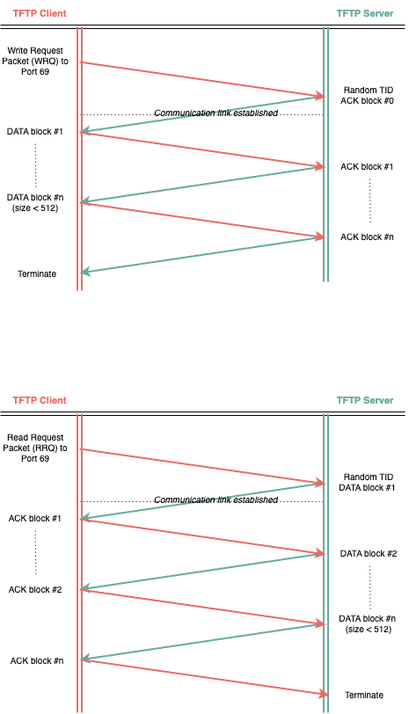
Earlier version of the draw.io export TFTP Client MP/Deliverables/nscom01.drawio.png (MatsTill/TFTP-Client). Source tidied: cells renumbered, new cells last; positions are measured from the earlier drawing's top-left corner, leaving out a move shared by most shapes.
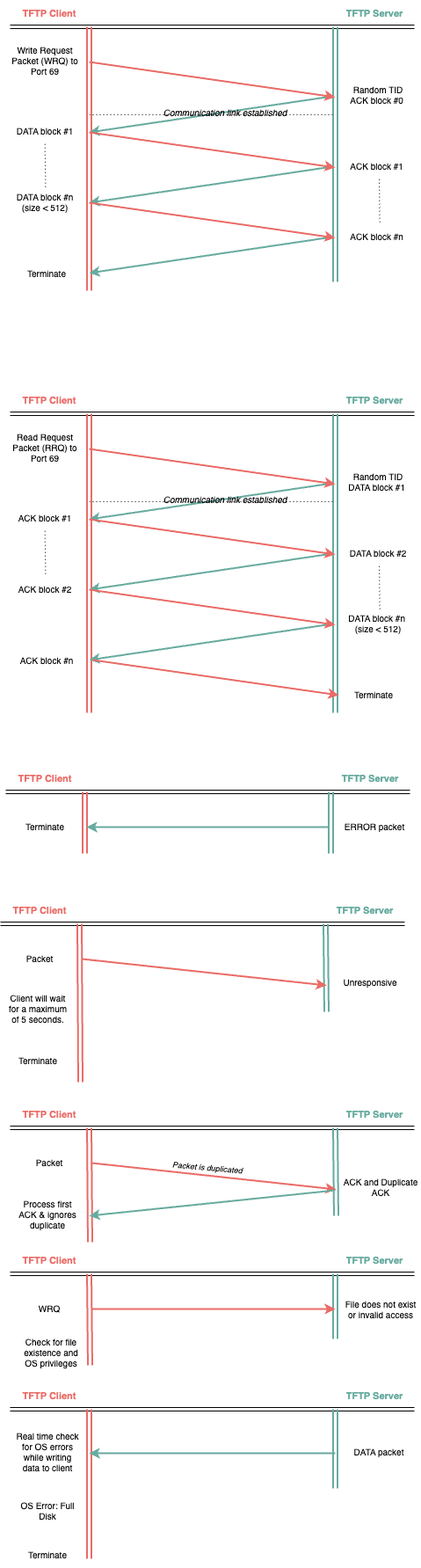
After the change.

What changed in the source:
```diff
@@ -215,5 +215,212 @@
     <mxCell id="47" value="TFTP Server" style="text;strokeColor=none;align=center;fillColor=none;html=1;verticalAlign=middle;whiteSpace=wrap;rounded=0;fontColor=#67AB9F;fontStyle=1;fontSize=11;" parent="1" vertex="1">
       <mxGeometry x="375" y="440" width="80" height="30" as="geometry" />
     </mxCell>
+    <mxCell id="48" style="shape=link;html=1;rounded=0;strokeWidth=1;" parent="1" edge="1">
+      <mxGeometry relative="1" as="geometry">
+        <mxPoint x="-5" y="900" as="sourcePoint" />
+        <mxPoint x="455" y="900" as="targetPoint" />
+      </mxGeometry>
+    </mxCell>
+    <mxCell id="49" style="shape=link;html=1;rounded=0;width=4;fillColor=#d80073;strokeColor=#EA6B66;strokeWidth=2;" parent="1" edge="1">
+      <mxGeometry relative="1" as="geometry">
+        <mxPoint x="85" y="900" as="sourcePoint" />
+        <mxPoint x="85" y="970" as="targetPoint" />
+      </mxGeometry>
+    </mxCell>
+    <mxCell id="50" style="shape=link;html=1;rounded=0;fillColor=#008a00;strokeColor=#67AB9F;strokeWidth=2;" parent="1" edge="1">
+      <mxGeometry relative="1" as="geometry">
+        <mxPoint x="365" y="900" as="sourcePoint" />
+        <mxPoint x="365" y="970" as="targetPoint" />
+      </mxGeometry>
+    </mxCell>
+    <mxCell id="51" style="endArrow=classic;html=1;rounded=0;fillColor=#008a00;strokeColor=#67AB9F;strokeWidth=2;" parent="1" edge="1">
+      <mxGeometry relative="1" as="geometry">
+        <mxPoint x="362" y="940" as="sourcePoint" />
+        <mxPoint x="87" y="940" as="targetPoint" />
+      </mxGeometry>
+    </mxCell>
+    <mxCell id="52" value="ERROR packet" style="text;strokeColor=none;align=center;fillColor=none;html=1;verticalAlign=middle;whiteSpace=wrap;rounded=0;fontSize=10;" parent="1" vertex="1">
+      <mxGeometry x="370" y="924" width="90" height="30" as="geometry" />
+    </mxCell>
+    <mxCell id="53" value="Terminate" style="text;strokeColor=none;align=center;fillColor=none;html=1;verticalAlign=middle;whiteSpace=wrap;rounded=0;fontSize=10;" parent="1" vertex="1">
+      <mxGeometry y="924" width="80" height="30" as="geometry" />
+    </mxCell>
+    <mxCell id="54" value="TFTP Client" style="text;strokeColor=none;align=center;fillColor=none;html=1;verticalAlign=middle;whiteSpace=wrap;rounded=0;fontColor=#EA6B66;fontStyle=1;fontSize=11;" parent="1" vertex="1">
+      <mxGeometry y="870" width="80" height="30" as="geometry" />
+    </mxCell>
+    <mxCell id="55" value="TFTP Server" style="text;strokeColor=none;align=center;fillColor=none;html=1;verticalAlign=middle;whiteSpace=wrap;rounded=0;fontColor=#67AB9F;fontStyle=1;fontSize=11;" parent="1" vertex="1">
+      <mxGeometry x="370" y="870" width="80" height="30" as="geometry" />
+    </mxCell>
+    <mxCell id="56" style="shape=link;html=1;rounded=0;strokeWidth=1;" parent="1" edge="1">
+      <mxGeometry relative="1" as="geometry">
+        <mxPoint x="-11" y="1050" as="sourcePoint" />
+        <mxPoint x="449" y="1050" as="targetPoint" />
+      </mxGeometry>
+    </mxCell>
+    <mxCell id="57" style="shape=link;html=1;rounded=0;width=4;fillColor=#d80073;strokeColor=#EA6B66;strokeWidth=2;" parent="1" edge="1">
+      <mxGeometry relative="1" as="geometry">
+        <mxPoint x="79" y="1050" as="sourcePoint" />
+        <mxPoint x="80" y="1230" as="targetPoint" />
+      </mxGeometry>
+    </mxCell>
+    <mxCell id="58" style="shape=link;html=1;rounded=0;fillColor=#008a00;strokeColor=#67AB9F;strokeWidth=2;" parent="1" edge="1">
+      <mxGeometry relative="1" as="geometry">
+        <mxPoint x="359" y="1050" as="sourcePoint" />
+        <mxPoint x="360" y="1150" as="targetPoint" />
+      </mxGeometry>
+    </mxCell>
+    <mxCell id="59" value="Unresponsive" style="text;strokeColor=none;align=center;fillColor=none;html=1;verticalAlign=middle;whiteSpace=wrap;rounded=0;fontSize=10;" parent="1" vertex="1">
+      <mxGeometry x="365" y="1101" width="90" height="30" as="geometry" />
+    </mxCell>
+    <mxCell id="60" value="Packet" style="text;strokeColor=none;align=center;fillColor=none;html=1;verticalAlign=middle;whiteSpace=wrap;rounded=0;fontSize=10;" parent="1" vertex="1">
+      <mxGeometry x="-6" y="1074" width="80" height="30" as="geometry" />
+    </mxCell>
+    <mxCell id="61" value="TFTP Client" style="text;strokeColor=none;align=center;fillColor=none;html=1;verticalAlign=middle;whiteSpace=wrap;rounded=0;fontColor=#EA6B66;fontStyle=1;fontSize=11;" parent="1" vertex="1">
+      <mxGeometry x="-6" y="1020" width="80" height="30" as="geometry" />
+    </mxCell>
+    <mxCell id="62" value="TFTP Server" style="text;strokeColor=none;align=center;fillColor=none;html=1;verticalAlign=middle;whiteSpace=wrap;rounded=0;fontColor=#67AB9F;fontStyle=1;fontSize=11;" parent="1" vertex="1">
+      <mxGeometry x="364" y="1020" width="80" height="30" as="geometry" />
+    </mxCell>
+    <mxCell id="63" style="endArrow=classic;html=1;rounded=0;fillColor=#d80073;strokeColor=#EA6B66;strokeWidth=2;" parent="1" edge="1">
+      <mxGeometry relative="1" as="geometry">
+        <mxPoint x="82" y="1090" as="sourcePoint" />
+        <mxPoint x="360" y="1120" as="targetPoint" />
+      </mxGeometry>
+    </mxCell>
+    <mxCell id="64" value="Client will wait for a maximum of 5 seconds." style="text;strokeColor=none;align=center;fillColor=none;html=1;verticalAlign=middle;whiteSpace=wrap;rounded=0;fontSize=10;" parent="1" vertex="1">
+      <mxGeometry x="-6" y="1131" width="76" height="30" as="geometry" />
+    </mxCell>
+    <mxCell id="65" value="Terminate" style="text;strokeColor=none;align=center;fillColor=none;html=1;verticalAlign=middle;whiteSpace=wrap;rounded=0;fontSize=10;" parent="1" vertex="1">
+      <mxGeometry x="-6" y="1190" width="76" height="30" as="geometry" />
+    </mxCell>
+    <mxCell id="66" style="shape=link;html=1;rounded=0;strokeWidth=1;" parent="1" edge="1">
+      <mxGeometry relative="1" as="geometry">
+        <mxPoint y="1282" as="sourcePoint" />
+        <mxPoint x="460" y="1282" as="targetPoint" />
+      </mxGeometry>
+    </mxCell>
+    <mxCell id="67" style="shape=link;html=1;rounded=0;width=4;fillColor=#d80073;strokeColor=#EA6B66;strokeWidth=2;" parent="1" edge="1">
+      <mxGeometry relative="1" as="geometry">
+        <mxPoint x="90" y="1282" as="sourcePoint" />
+        <mxPoint x="91" y="1412" as="targetPoint" />
+      </mxGeometry>
+    </mxCell>
+    <mxCell id="68" style="shape=link;html=1;rounded=0;fillColor=#008a00;strokeColor=#67AB9F;strokeWidth=2;" parent="1" edge="1">
+      <mxGeometry relative="1" as="geometry">
+        <mxPoint x="370" y="1282" as="sourcePoint" />
+        <mxPoint x="371" y="1382" as="targetPoint" />
+      </mxGeometry>
+    </mxCell>
+    <mxCell id="69" value="ACK and Duplicate ACK" style="text;strokeColor=none;align=center;fillColor=none;html=1;verticalAlign=middle;whiteSpace=wrap;rounded=0;fontSize=10;" parent="1" vertex="1">
+      <mxGeometry x="377" y="1334" width="90" height="30" as="geometry" />
+    </mxCell>
+    <mxCell id="70" value="Packet" style="text;strokeColor=none;align=center;fillColor=none;html=1;verticalAlign=middle;whiteSpace=wrap;rounded=0;fontSize=10;" parent="1" vertex="1">
+      <mxGeometry x="5" y="1306" width="80" height="30" as="geometry" />
+    </mxCell>
+    <mxCell id="71" value="TFTP Client" style="text;strokeColor=none;align=center;fillColor=none;html=1;verticalAlign=middle;whiteSpace=wrap;rounded=0;fontColor=#EA6B66;fontStyle=1;fontSize=11;" parent="1" vertex="1">
+      <mxGeometry x="5" y="1252" width="80" height="30" as="geometry" />
+    </mxCell>
+    <mxCell id="72" value="TFTP Server" style="text;strokeColor=none;align=center;fillColor=none;html=1;verticalAlign=middle;whiteSpace=wrap;rounded=0;fontColor=#67AB9F;fontStyle=1;fontSize=11;" parent="1" vertex="1">
+      <mxGeometry x="375" y="1252" width="80" height="30" as="geometry" />
+    </mxCell>
+    <mxCell id="73" style="endArrow=classic;html=1;rounded=0;fillColor=#d80073;strokeColor=#EA6B66;strokeWidth=2;" parent="1" edge="1">
+      <mxGeometry relative="1" as="geometry">
+        <mxPoint x="93" y="1322" as="sourcePoint" />
+        <mxPoint x="371" y="1352" as="targetPoint" />
+      </mxGeometry>
+    </mxCell>
+    <mxCell id="74" value="Process first ACK &amp;amp; ignores duplicate" style="text;strokeColor=none;align=center;fillColor=none;html=1;verticalAlign=middle;whiteSpace=wrap;rounded=0;fontSize=10;" parent="1" vertex="1">
+      <mxGeometry x="5" y="1365" width="76" height="30" as="geometry" />
+    </mxCell>
+    <mxCell id="75" value="&lt;font style=&quot;font-size: 9px;&quot;&gt;Packet is duplicated&lt;/font&gt;" style="text;strokeColor=none;align=center;fillColor=none;html=1;verticalAlign=middle;whiteSpace=wrap;rounded=0;fontSize=10;fontStyle=2;rotation=5;" parent="1" vertex="1">
+      <mxGeometry x="180" y="1312" width="90" height="30" as="geometry" />
+    </mxCell>
+    <mxCell id="76" style="endArrow=classic;html=1;rounded=0;fillColor=#008a00;strokeColor=#67AB9F;strokeWidth=2;" parent="1" edge="1">
+      <mxGeometry relative="1" as="geometry">
+        <mxPoint x="370" y="1353" as="sourcePoint" />
+        <mxPoint x="90" y="1382" as="targetPoint" />
+      </mxGeometry>
+    </mxCell>
+    <mxCell id="77" style="shape=link;html=1;rounded=0;strokeWidth=1;" parent="1" edge="1">
+      <mxGeometry relative="1" as="geometry">
+        <mxPoint y="1448" as="sourcePoint" />
+        <mxPoint x="460" y="1448" as="targetPoint" />
+      </mxGeometry>
+    </mxCell>
+    <mxCell id="78" style="shape=link;html=1;rounded=0;width=4;fillColor=#d80073;strokeColor=#EA6B66;strokeWidth=2;" parent="1" edge="1">
+      <mxGeometry relative="1" as="geometry">
+        <mxPoint x="90" y="1448" as="sourcePoint" />
+        <mxPoint x="91" y="1552" as="targetPoint" />
+      </mxGeometry>
+    </mxCell>
+    <mxCell id="79" style="shape=link;html=1;rounded=0;fillColor=#008a00;strokeColor=#67AB9F;strokeWidth=2;" parent="1" edge="1">
+      <mxGeometry relative="1" as="geometry">
+        <mxPoint x="370" y="1448" as="sourcePoint" />
+        <mxPoint x="370" y="1522" as="targetPoint" />
+      </mxGeometry>
+    </mxCell>
+    <mxCell id="80" value="File does not exist or invalid access" style="text;strokeColor=none;align=center;fillColor=none;html=1;verticalAlign=middle;whiteSpace=wrap;rounded=0;fontSize=10;" parent="1" vertex="1">
+      <mxGeometry x="377" y="1473" width="90" height="30" as="geometry" />
+    </mxCell>
+    <mxCell id="81" value="WRQ" style="text;strokeColor=none;align=center;fillColor=none;html=1;verticalAlign=middle;whiteSpace=wrap;rounded=0;fontSize=10;" parent="1" vertex="1">
+      <mxGeometry x="5" y="1472" width="80" height="30" as="geometry" />
+    </mxCell>
+    <mxCell id="82" value="TFTP Client" style="text;strokeColor=none;align=center;fillColor=none;html=1;verticalAlign=middle;whiteSpace=wrap;rounded=0;fontColor=#EA6B66;fontStyle=1;fontSize=11;" parent="1" vertex="1">
+      <mxGeometry x="5" y="1418" width="80" height="30" as="geometry" />
+    </mxCell>
+    <mxCell id="83" value="TFTP Server" style="text;strokeColor=none;align=center;fillColor=none;html=1;verticalAlign=middle;whiteSpace=wrap;rounded=0;fontColor=#67AB9F;fontStyle=1;fontSize=11;" parent="1" vertex="1">
+      <mxGeometry x="375" y="1418" width="80" height="30" as="geometry" />
+    </mxCell>
+    <mxCell id="84" style="endArrow=classic;html=1;rounded=0;fillColor=#d80073;strokeColor=#EA6B66;strokeWidth=2;" parent="1" edge="1">
+      <mxGeometry relative="1" as="geometry">
+        <mxPoint x="93" y="1488" as="sourcePoint" />
+        <mxPoint x="370" y="1488" as="targetPoint" />
+      </mxGeometry>
+    </mxCell>
+    <mxCell id="85" value="Check for file existence and OS privileges" style="text;strokeColor=none;align=center;fillColor=none;html=1;verticalAlign=middle;whiteSpace=wrap;rounded=0;fontSize=10;" parent="1" vertex="1">
+      <mxGeometry x="9" y="1522" width="76" height="30" as="geometry" />
+    </mxCell>
+    <mxCell id="86" style="shape=link;html=1;rounded=0;strokeWidth=1;" parent="1" edge="1">
+      <mxGeometry relative="1" as="geometry">
+        <mxPoint y="1602" as="sourcePoint" />
+        <mxPoint x="460" y="1602" as="targetPoint" />
+      </mxGeometry>
+    </mxCell>
+    <mxCell id="87" style="shape=link;html=1;rounded=0;width=4;fillColor=#d80073;strokeColor=#EA6B66;strokeWidth=2;" parent="1" edge="1">
+      <mxGeometry relative="1" as="geometry">
+        <mxPoint x="90" y="1602" as="sourcePoint" />
+        <mxPoint x="90" y="1772" as="targetPoint" />
+      </mxGeometry>
+    </mxCell>
+    <mxCell id="88" style="shape=link;html=1;rounded=0;fillColor=#008a00;strokeColor=#67AB9F;strokeWidth=2;" parent="1" edge="1">
+      <mxGeometry relative="1" as="geometry">
+        <mxPoint x="370" y="1602" as="sourcePoint" />
+        <mxPoint x="370" y="1692" as="targetPoint" />
+      </mxGeometry>
+    </mxCell>
+    <mxCell id="89" value="DATA packet" style="text;strokeColor=none;align=center;fillColor=none;html=1;verticalAlign=middle;whiteSpace=wrap;rounded=0;fontSize=10;" parent="1" vertex="1">
+      <mxGeometry x="375" y="1635" width="90" height="30" as="geometry" />
+    </mxCell>
+    <mxCell id="90" value="TFTP Client" style="text;strokeColor=none;align=center;fillColor=none;html=1;verticalAlign=middle;whiteSpace=wrap;rounded=0;fontColor=#EA6B66;fontStyle=1;fontSize=11;" parent="1" vertex="1">
+      <mxGeometry x="5" y="1572" width="80" height="30" as="geometry" />
+    </mxCell>
+    <mxCell id="91" value="TFTP Server" style="text;strokeColor=none;align=center;fillColor=none;html=1;verticalAlign=middle;whiteSpace=wrap;rounded=0;fontColor=#67AB9F;fontStyle=1;fontSize=11;" parent="1" vertex="1">
+      <mxGeometry x="375" y="1572" width="80" height="30" as="geometry" />
+    </mxCell>
+    <mxCell id="92" value="Real time check for OS errors while writing data to client" style="text;strokeColor=none;align=center;fillColor=none;html=1;verticalAlign=middle;whiteSpace=wrap;rounded=0;fontSize=10;" parent="1" vertex="1">
+      <mxGeometry x="5" y="1635" width="76" height="30" as="geometry" />
+    </mxCell>
+    <mxCell id="93" style="endArrow=classic;html=1;rounded=0;fillColor=#008a00;strokeColor=#67AB9F;strokeWidth=2;" parent="1" edge="1">
+      <mxGeometry relative="1" as="geometry">
+        <mxPoint x="370" y="1652" as="sourcePoint" />
+        <mxPoint x="90" y="1652" as="targetPoint" />
+      </mxGeometry>
+    </mxCell>
+    <mxCell id="94" value="OS Error: Full Disk" style="text;strokeColor=none;align=center;fillColor=none;html=1;verticalAlign=middle;whiteSpace=wrap;rounded=0;fontSize=10;" parent="1" vertex="1">
+      <mxGeometry x="5" y="1702" width="76" height="30" as="geometry" />
+    </mxCell>
+    <mxCell id="95" value="Terminate" style="text;strokeColor=none;align=center;fillColor=none;html=1;verticalAlign=middle;whiteSpace=wrap;rounded=0;fontSize=10;" parent="1" vertex="1">
+      <mxGeometry x="5" y="1752" width="76" height="30" as="geometry" />
+    </mxCell>
   </root>
 </mxGraphModel>
```
